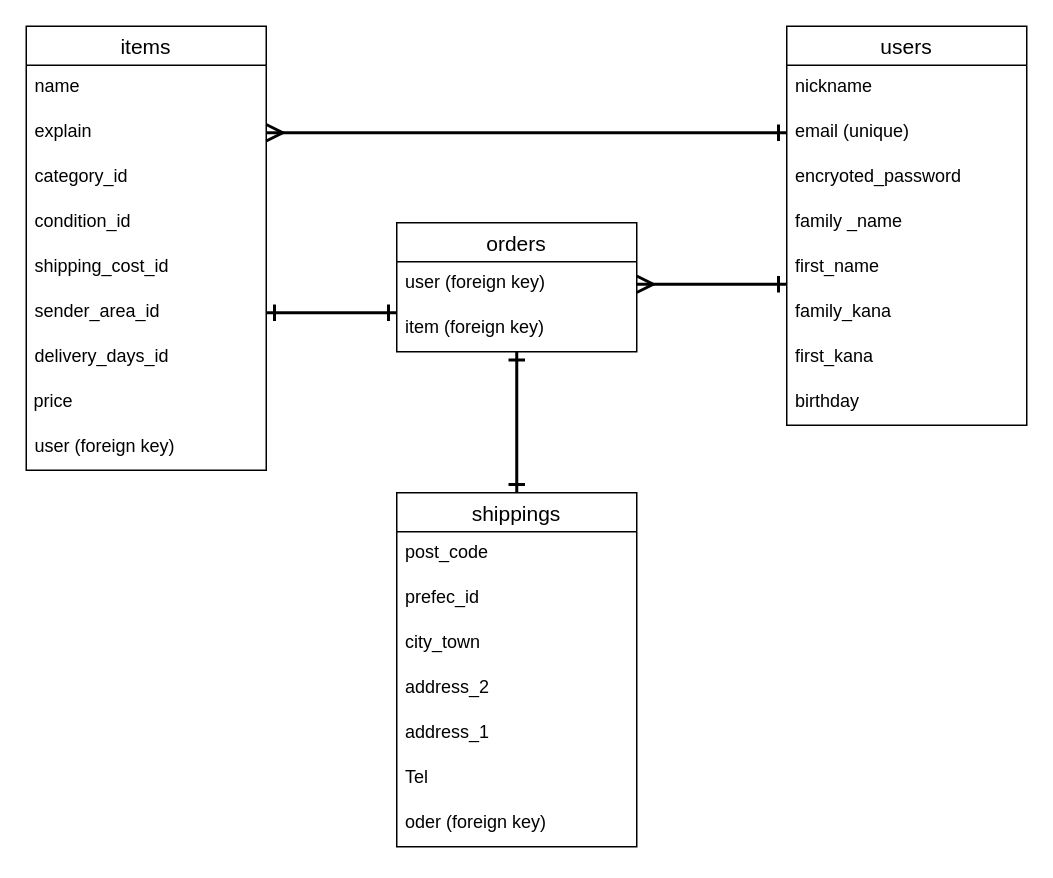
kimkob/furima-38134 keeps this draw.io diagram as ER.dio. Above is the earlier version. Source tidied: cells renumbered, new cells numbered last; positions are measured from the earlier drawing's top-left corner, leaving out a move shared by most shapes. Both pictures are drawn from the tidied source at 150%, with x=0, y=0 at pixel (26, 26).
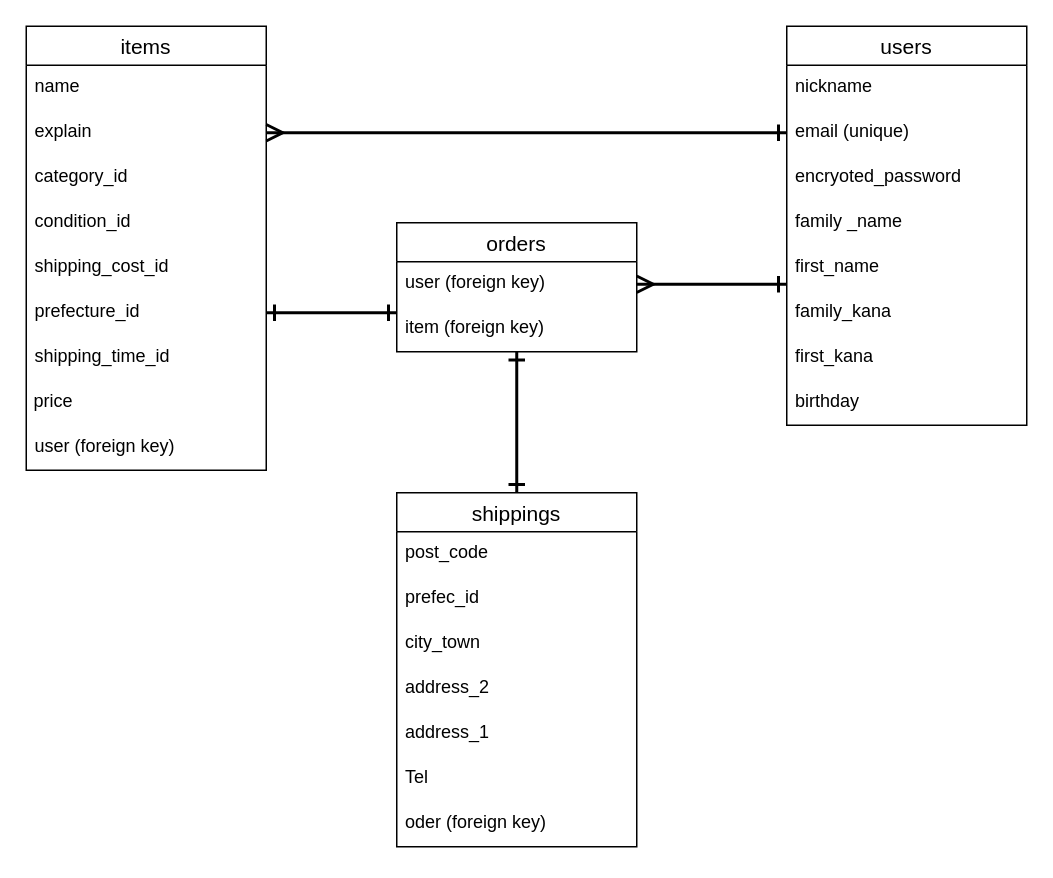
Above is the later version.

The change refers to these unchanged cells:
```xml
<mxCell id="11" value="items" style="swimlane;fontStyle=0;horizontal=1;startSize=26;align=center;fontSize=14;labelBackgroundColor=none;labelBorderColor=none;" parent="1" vertex="1">
  <mxGeometry width="160" height="296" as="geometry" />
</mxCell>
```

Change to the diagram source:
```diff
@@
-    <mxCell id="17" value="sender_area_id" style="text;strokeColor=none;fillColor=none;spacingLeft=4;spacingRight=4;overflow=hidden;points=[[0,0.5],[1,0.5]];portConstraint=eastwest;fontSize=12;" parent="11" vertex="1">
+    <mxCell id="17" value="prefecture_id" style="text;strokeColor=none;fillColor=none;spacingLeft=4;spacingRight=4;overflow=hidden;points=[[0,0.5],[1,0.5]];portConstraint=eastwest;fontSize=12;" parent="11" vertex="1">
       <mxGeometry y="176" width="160" height="30" as="geometry" />
     </mxCell>
-    <mxCell id="18" value="delivery_days_id" style="text;strokeColor=none;fillColor=none;spacingLeft=4;spacingRight=4;overflow=hidden;fontSize=12;" parent="11" vertex="1">
+    <mxCell id="18" value="shipping_time_id" style="text;strokeColor=none;fillColor=none;spacingLeft=4;spacingRight=4;overflow=hidden;fontSize=12;" parent="11" vertex="1">
       <mxGeometry y="206" width="160" height="30" as="geometry" />
     </mxCell>
```
